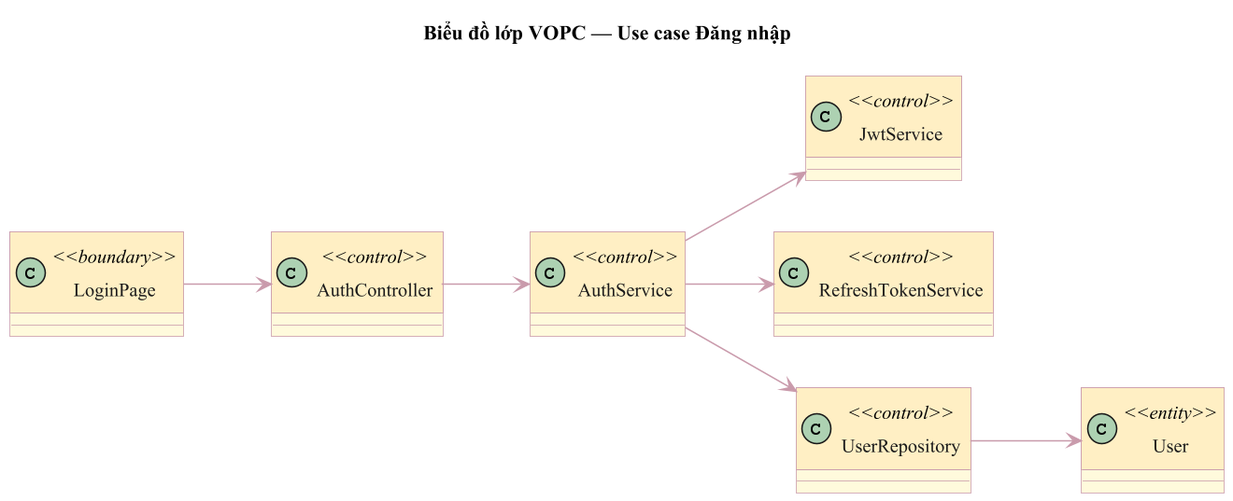
Before: bao-cao-datn/assets/hinh-2.15.png, a diagram exported from PlantUML (NguyenDuc2004/QUIZ-TRIVIA). Source of this version:
```plantuml
@startuml

skinparam dpi 150
skinparam defaultFontName "Times New Roman"
skinparam defaultFontSize 13
skinparam shadowing false
skinparam roundCorner 0
skinparam ArrowColor #C99AAB
skinparam ArrowFontColor #202020
skinparam Padding 4
skinparam ParticipantPadding 18
skinparam BoxPadding 8
skinparam SequenceMessageAlign center
skinparam guillemet false

skinparam usecase {
  BackgroundColor #FFFADC
  BorderColor #C99AAB
  FontColor #1a1a1a
}
skinparam actor {
  BackgroundColor #FFFFFF
  BorderColor #404040
  FontColor #1a1a1a
}
skinparam rectangle {
  BackgroundColor #FAFAFA
  BorderColor #808080
}

skinparam sequence {
  ArrowColor #C99AAB
  ArrowThickness 1
  LifeLineBorderColor #C99AAB
  LifeLineBackgroundColor #FFFFFF
  ParticipantBackgroundColor #FFFADC
  ParticipantBorderColor #C99AAB
  ParticipantFontColor #1a1a1a
  ParticipantFontSize 12
  ActorBackgroundColor #FFFFFF
  ActorBorderColor #404040
  GroupBorderColor #C99AAB
  GroupBackgroundColor #FFF5F8
  BoxBorderColor #C99AAB
}

skinparam class {
  BackgroundColor #FFFADC
  BorderColor #C99AAB
  HeaderBackgroundColor #FFEFC4
  AttributeFontColor #1a1a1a
  FontColor #1a1a1a
  ArrowColor #C99AAB
  AttributeFontSize 12
  FontSize 13
}
skinparam stereotype {
  CBackgroundColor #FFF1A8
  CBorderColor #C99AAB
  EBackgroundColor #FFF1A8
  EBorderColor #C99AAB
  ABackgroundColor #FFF1A8
  ABorderColor #C99AAB
}

title Biểu đồ lớp VOPC — Use case Đăng nhập
left to right direction

class LoginPage <<boundary>>
class AuthController <<control>>
class AuthService <<control>>
class JwtService <<control>>
class RefreshTokenService <<control>>
class User <<entity>>
class UserRepository <<control>>

LoginPage --> AuthController
AuthController --> AuthService
AuthService --> UserRepository
UserRepository --> User
AuthService --> JwtService
AuthService --> RefreshTokenService
@enduml
```
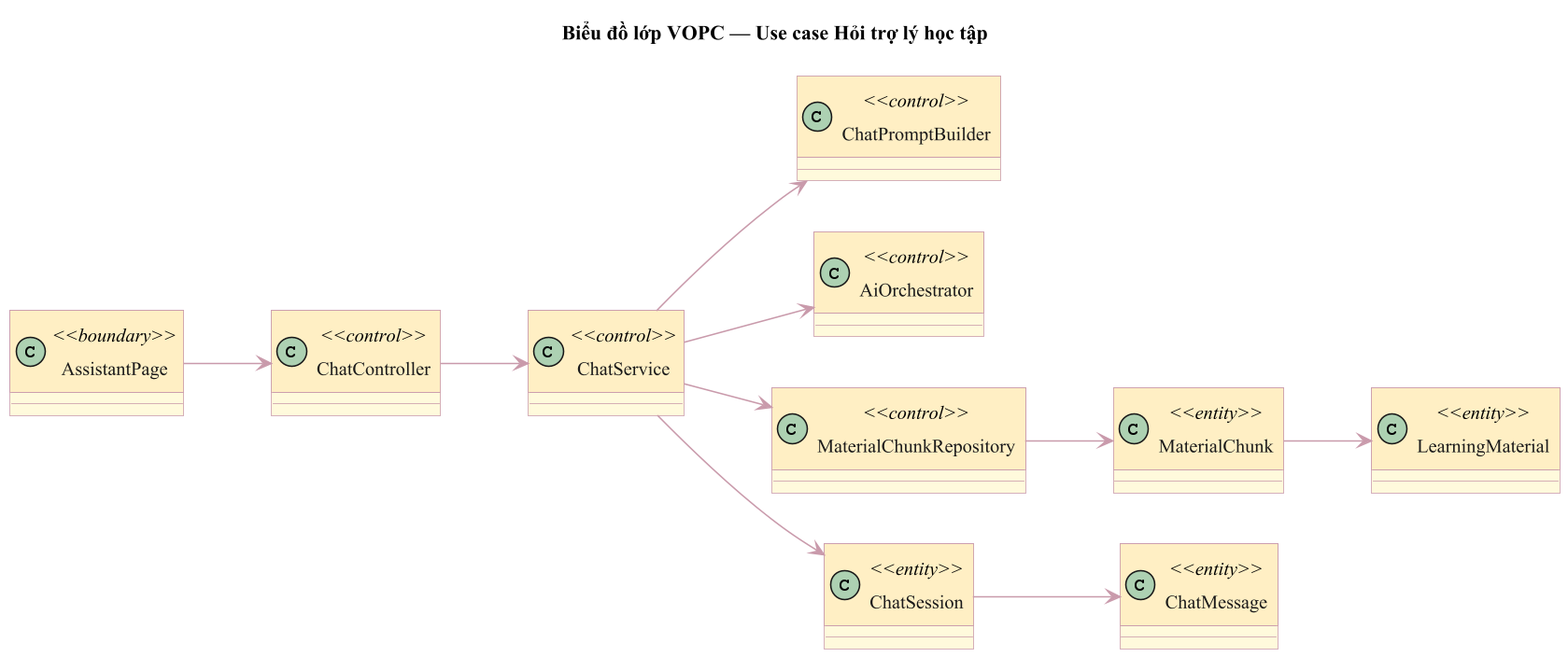
Above is the later version.

Diff of the diagram source:
```diff
@@ -63,21 +63,27 @@
   ABorderColor #C99AAB
 }
 
-title Biểu đồ lớp VOPC — Use case Đăng nhập
+title Biểu đồ lớp VOPC — Use case Hỏi trợ lý học tập
 left to right direction
 
-class LoginPage <<boundary>>
-class AuthController <<control>>
-class AuthService <<control>>
-class JwtService <<control>>
-class RefreshTokenService <<control>>
-class User <<entity>>
-class UserRepository <<control>>
+class AssistantPage <<boundary>>
+class ChatController <<control>>
+class ChatService <<control>>
+class ChatPromptBuilder <<control>>
+class AiOrchestrator <<control>>
+class MaterialChunkRepository <<control>>
+class ChatSession <<entity>>
+class ChatMessage <<entity>>
+class LearningMaterial <<entity>>
+class MaterialChunk <<entity>>
 
-LoginPage --> AuthController
-AuthController --> AuthService
-AuthService --> UserRepository
-UserRepository --> User
-AuthService --> JwtService
-AuthService --> RefreshTokenService
+AssistantPage --> ChatController
+ChatController --> ChatService
+ChatService --> AiOrchestrator
+ChatService --> MaterialChunkRepository
+MaterialChunkRepository --> MaterialChunk
+MaterialChunk --> LearningMaterial
+ChatService --> ChatPromptBuilder
+ChatService --> ChatSession
+ChatSession --> ChatMessage
 @enduml
```
